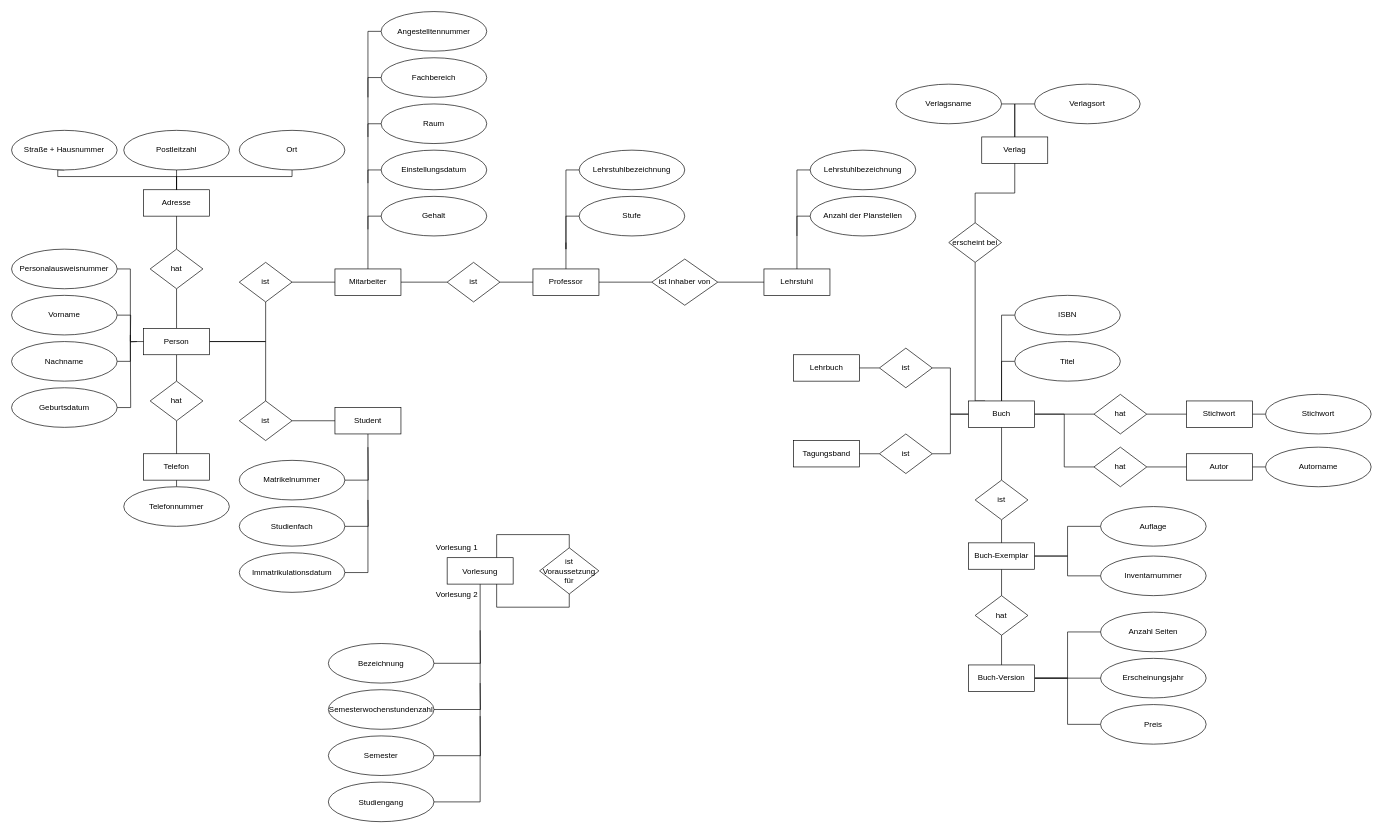
The draw.io diagram Universitaetsbeispiel.drawio in ingvargundahar/ER_Diagrams, before the edit. Source tidied: cells renumbered, new cells numbered last; positions are measured from the earlier drawing's top-left corner, leaving out a move shared by most shapes. Both pictures are drawn from the tidied source at 66%, with x=0, y=0 at pixel (11, 11).
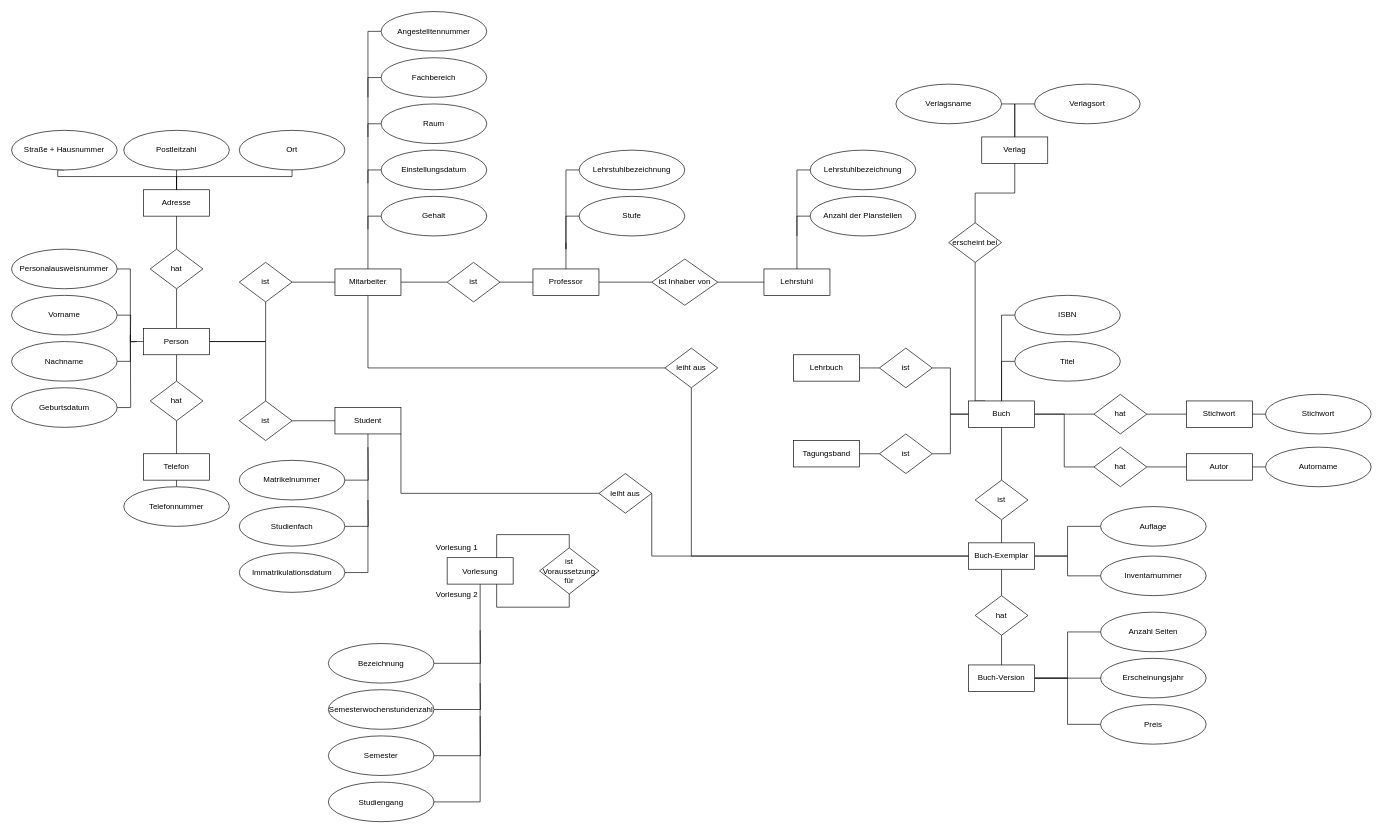
The same diagram, later.

Unchanged cells that the change refers to:
```xml
<mxCell id="27" value="Mitarbeiter" style="whiteSpace=wrap;html=1;align=center;" parent="1" vertex="1">
  <mxGeometry x="490" y="390" width="100" height="40" as="geometry" />
</mxCell>
<mxCell id="29" value="&lt;div&gt;Student&lt;/div&gt;" style="whiteSpace=wrap;html=1;align=center;" parent="1" vertex="1">
  <mxGeometry x="490" y="600" width="100" height="40" as="geometry" />
</mxCell>
<mxCell id="96" value="Buch-Exemplar" style="whiteSpace=wrap;html=1;align=center;" parent="1" vertex="1">
  <mxGeometry x="1450" y="805" width="100" height="40" as="geometry" />
</mxCell>
```

The edit, as a diff of the source:
```diff
@@
+    <mxCell id="132" style="edgeStyle=orthogonalEdgeStyle;rounded=0;jettySize=auto;html=1;exitX=0.5;exitY=1;exitDx=0;exitDy=0;entryX=0;entryY=0.5;entryDx=0;entryDy=0;endArrow=none;endFill=0;" parent="1" edge="1" source="27" target="135">
+      <mxGeometry relative="1" as="geometry" />
+    </mxCell>
@@
+    <mxCell id="133" style="edgeStyle=orthogonalEdgeStyle;rounded=0;jettySize=auto;html=1;exitX=1;exitY=1;exitDx=0;exitDy=0;entryX=0;entryY=0.5;entryDx=0;entryDy=0;endArrow=none;endFill=0;" parent="1" edge="1" source="29" target="137">
+      <mxGeometry relative="1" as="geometry">
+        <Array as="points">
+          <mxPoint x="590" y="730" />
+        </Array>
+      </mxGeometry>
+    </mxCell>
@@
+    <mxCell id="134" style="edgeStyle=orthogonalEdgeStyle;rounded=0;jettySize=auto;html=1;exitX=0.5;exitY=1;exitDx=0;exitDy=0;entryX=0;entryY=0.5;entryDx=0;entryDy=0;endArrow=none;endFill=0;" parent="1" edge="1" source="135" target="96">
+      <mxGeometry relative="1" as="geometry">
+        <Array as="points">
+          <mxPoint x="1030" y="825" />
+        </Array>
+      </mxGeometry>
+    </mxCell>
+    <mxCell id="135" value="leiht aus" style="shape=rhombus;perimeter=rhombusPerimeter;whiteSpace=wrap;html=1;align=center;" parent="1" vertex="1">
+      <mxGeometry x="990" y="510" width="80" height="60" as="geometry" />
+    </mxCell>
+    <mxCell id="136" style="edgeStyle=orthogonalEdgeStyle;rounded=0;jettySize=auto;html=1;exitX=1;exitY=0.5;exitDx=0;exitDy=0;entryX=0;entryY=0.5;entryDx=0;entryDy=0;endArrow=none;endFill=0;" parent="1" edge="1" source="137" target="96">
+      <mxGeometry relative="1" as="geometry">
+        <Array as="points">
+          <mxPoint x="970" y="825" />
+        </Array>
+      </mxGeometry>
+    </mxCell>
+    <mxCell id="137" value="leiht aus" style="shape=rhombus;perimeter=rhombusPerimeter;whiteSpace=wrap;html=1;align=center;" parent="1" vertex="1">
+      <mxGeometry x="890" y="700" width="80" height="60" as="geometry" />
+    </mxCell>
```
